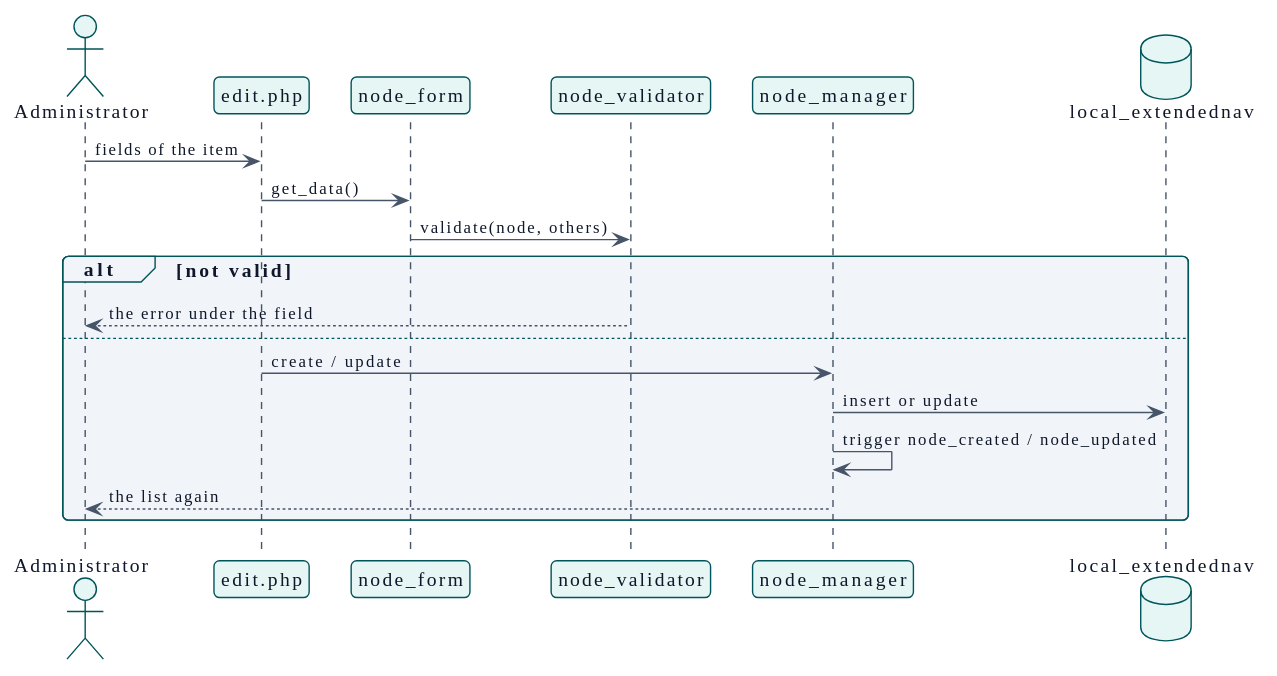
Before: docs/en/technical/design/use-cases/manageNodes/sequence.svg, a diagram exported from PlantUML (didactika/moodle-local_extendednav).
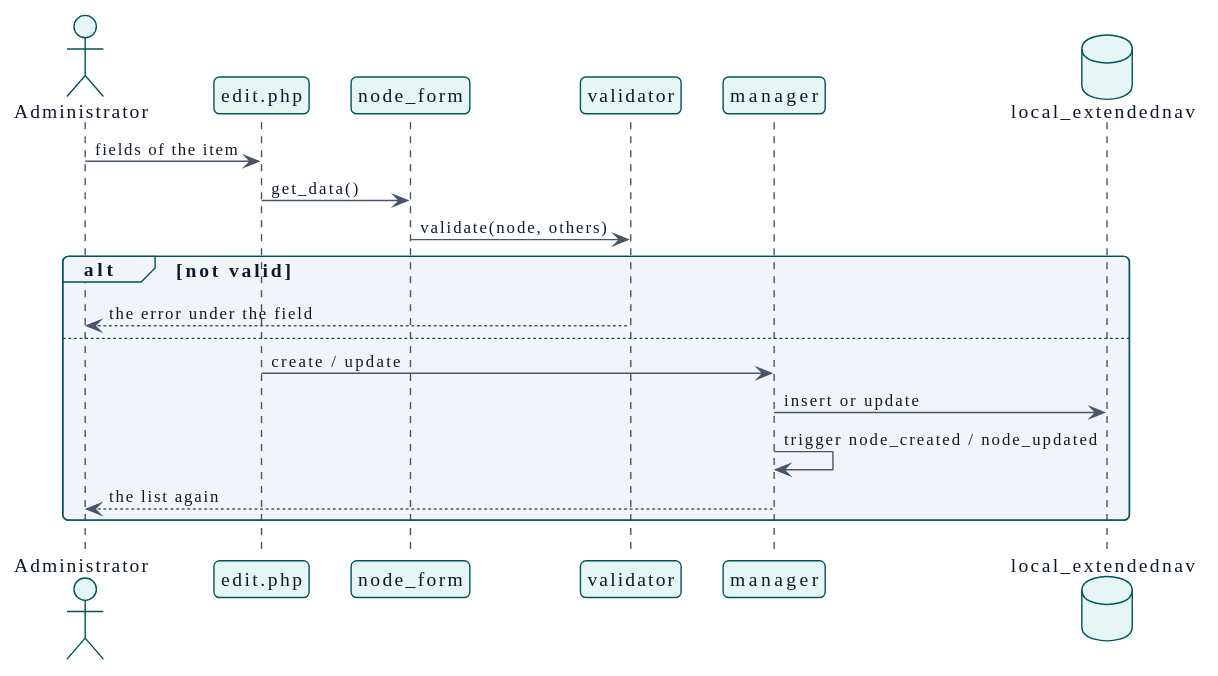
The same diagram one commit later.

The edit, as a diff of the source:
```diff
@@ -109,8 +109,8 @@
 actor "Administrator" as actor
 participant "edit.php" as page
 participant "node_form" as form
-participant "node_validator" as validator
-participant "node_manager" as manager
+participant "validator" as validator
+participant "manager" as manager
 database "local_extendednav" as table
 
 actor -> page : fields of the item
```
